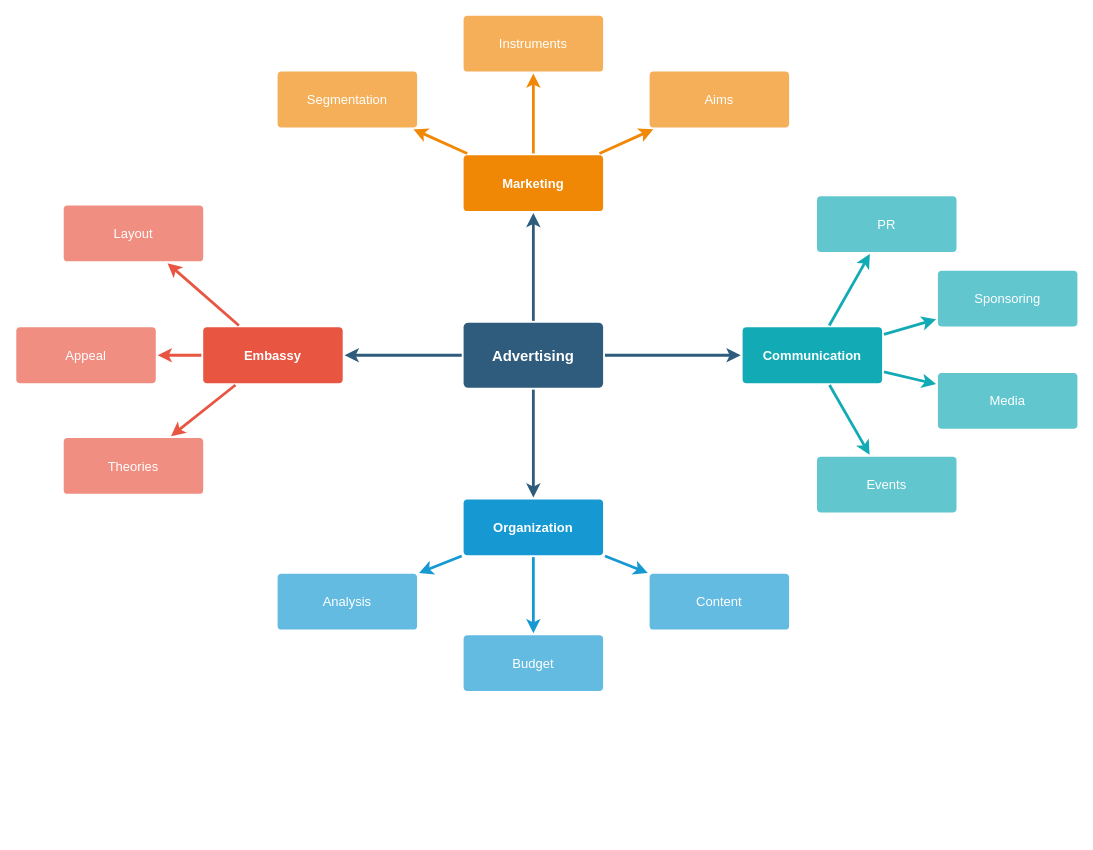
Earlier version of the draw.io diagram Untitled Diagram.drawio (cesar-torrelles/cesar-torrelles). Source tidied: cells renumbered, new cells numbered last; positions are measured from the earlier drawing's top-left corner, leaving out a move shared by most shapes. Both pictures are drawn from the tidied source at 93%, with x=0, y=0 at pixel (16, 15).
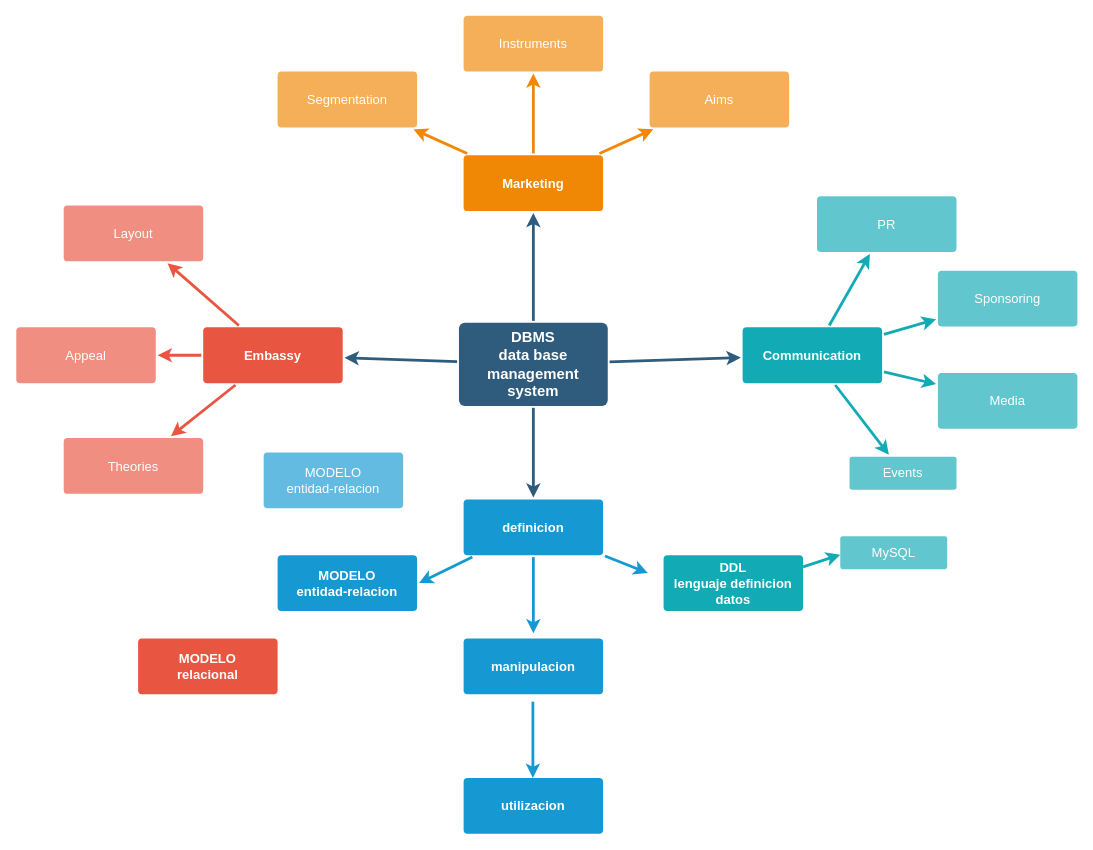
The same diagram, later.

Commit message:
BBSS DIAGRAMA

The edit, as a diff of the source:
```diff
@@
-    <mxCell id="6" value="Advertising" style="rounded=1;whiteSpace=wrap;html=1;shadow=0;labelBackgroundColor=none;strokeColor=none;strokeWidth=3;fillColor=#2F5B7C;fontFamily=Helvetica;fontSize=16;fontColor=#FFFFFF;align=center;fontStyle=1;spacing=5;arcSize=7;perimeterSpacing=2;" parent="1" vertex="1">
-      <mxGeometry x="481" y="330.5" width="150" height="70" as="geometry" />
+    <mxCell id="6" value="DBMS&lt;br&gt;data base management system" style="rounded=1;whiteSpace=wrap;html=1;shadow=0;labelBackgroundColor=none;strokeColor=none;strokeWidth=3;fillColor=#2F5B7C;fontFamily=Helvetica;fontSize=16;fontColor=#FFFFFF;align=center;fontStyle=1;spacing=5;arcSize=7;perimeterSpacing=2;" parent="1" vertex="1">
+      <mxGeometry x="476" y="330.5" width="160" height="89.5" as="geometry" />
     </mxCell>
@@
-    <mxCell id="14" style="edgeStyle=none;rounded=0;jumpStyle=none;html=1;shadow=0;labelBackgroundColor=none;startArrow=none;startFill=0;endArrow=classic;endFill=1;jettySize=auto;strokeColor=#1699D3;strokeWidth=3;fontFamily=Helvetica;fontSize=14;fontColor=#FFFFFF;spacing=5;" parent="1" edge="1" source="17" target="20">
+    <mxCell id="14" style="edgeStyle=none;rounded=0;jumpStyle=none;html=1;shadow=0;labelBackgroundColor=none;startArrow=none;startFill=0;endArrow=classic;endFill=1;jettySize=auto;strokeColor=#1699D3;strokeWidth=3;fontFamily=Helvetica;fontSize=14;fontColor=#FFFFFF;spacing=5;entryX=1;entryY=0.5;entryDx=0;entryDy=0;" parent="1" edge="1" source="17" target="43">
       <mxGeometry relative="1" as="geometry" />
     </mxCell>
-    <mxCell id="15" style="edgeStyle=none;rounded=0;jumpStyle=none;html=1;shadow=0;labelBackgroundColor=none;startArrow=none;startFill=0;endArrow=classic;endFill=1;jettySize=auto;strokeColor=#1699D3;strokeWidth=3;fontFamily=Helvetica;fontSize=14;fontColor=#FFFFFF;spacing=5;" parent="1" edge="1" source="17" target="19">
-      <mxGeometry relative="1" as="geometry" />
+    <mxCell id="15" style="edgeStyle=none;rounded=0;jumpStyle=none;html=1;shadow=0;labelBackgroundColor=none;startArrow=none;startFill=0;endArrow=classic;endFill=1;jettySize=auto;strokeColor=#1699D3;strokeWidth=3;fontFamily=Helvetica;fontSize=14;fontColor=#FFFFFF;spacing=5;" parent="1" edge="1" source="17">
+      <mxGeometry relative="1" as="geometry">
+        <mxPoint x="556" y="664.5" as="targetPoint" />
+      </mxGeometry>
     </mxCell>
-    <mxCell id="16" style="edgeStyle=none;rounded=0;jumpStyle=none;html=1;shadow=0;labelBackgroundColor=none;startArrow=none;startFill=0;endArrow=classic;endFill=1;jettySize=auto;strokeColor=#1699D3;strokeWidth=3;fontFamily=Helvetica;fontSize=14;fontColor=#FFFFFF;spacing=5;" parent="1" edge="1" source="17" target="18">
-      <mxGeometry relative="1" as="geometry" />
+    <mxCell id="16" style="edgeStyle=none;rounded=0;jumpStyle=none;html=1;shadow=0;labelBackgroundColor=none;startArrow=none;startFill=0;endArrow=classic;endFill=1;jettySize=auto;strokeColor=#1699D3;strokeWidth=3;fontFamily=Helvetica;fontSize=14;fontColor=#FFFFFF;spacing=5;" parent="1" edge="1" source="17">
+      <mxGeometry relative="1" as="geometry">
+        <mxPoint x="679" y="599.7" as="targetPoint" />
+      </mxGeometry>
     </mxCell>
-    <mxCell id="17" value="Organization" style="rounded=1;whiteSpace=wrap;html=1;shadow=0;labelBackgroundColor=none;strokeColor=none;strokeWidth=3;fillColor=#1699d3;fontFamily=Helvetica;fontSize=14;fontColor=#FFFFFF;align=center;spacing=5;fontStyle=1;arcSize=7;perimeterSpacing=2;" parent="1" vertex="1">
+    <mxCell id="17" value="definicion" style="rounded=1;whiteSpace=wrap;html=1;shadow=0;labelBackgroundColor=none;strokeColor=none;strokeWidth=3;fillColor=#1699d3;fontFamily=Helvetica;fontSize=14;fontColor=#FFFFFF;align=center;spacing=5;fontStyle=1;arcSize=7;perimeterSpacing=2;" parent="1" vertex="1">
       <mxGeometry x="481" y="520.5" width="150" height="60" as="geometry" />
     </mxCell>
-    <mxCell id="18" value="Content" style="rounded=1;whiteSpace=wrap;html=1;shadow=0;labelBackgroundColor=none;strokeColor=none;strokeWidth=3;fillColor=#64bbe2;fontFamily=Helvetica;fontSize=14;fontColor=#FFFFFF;align=center;spacing=5;arcSize=7;perimeterSpacing=2;" parent="1" vertex="1">
-      <mxGeometry x="681" y="600.5" width="150" height="60" as="geometry" />
-    </mxCell>
-    <mxCell id="19" value="Budget" style="rounded=1;whiteSpace=wrap;html=1;shadow=0;labelBackgroundColor=none;strokeColor=none;strokeWidth=3;fillColor=#64bbe2;fontFamily=Helvetica;fontSize=14;fontColor=#FFFFFF;align=center;spacing=5;arcSize=7;perimeterSpacing=2;" parent="1" vertex="1">
-      <mxGeometry x="481" y="666.5" width="150" height="60" as="geometry" />
-    </mxCell>
-    <mxCell id="20" value="Analysis" style="rounded=1;whiteSpace=wrap;html=1;shadow=0;labelBackgroundColor=none;strokeColor=none;strokeWidth=3;fillColor=#64bbe2;fontFamily=Helvetica;fontSize=14;fontColor=#FFFFFF;align=center;spacing=5;arcSize=7;perimeterSpacing=2;" parent="1" vertex="1">
-      <mxGeometry x="281" y="600.5" width="150" height="60" as="geometry" />
+    <mxCell id="20" value="MODELO&lt;br&gt;entidad-relacion" style="rounded=1;whiteSpace=wrap;html=1;shadow=0;labelBackgroundColor=none;strokeColor=none;strokeWidth=3;fillColor=#64bbe2;fontFamily=Helvetica;fontSize=14;fontColor=#FFFFFF;align=center;spacing=5;arcSize=7;perimeterSpacing=2;" parent="1" vertex="1">
+      <mxGeometry x="266" y="470" width="150" height="60" as="geometry" />
     </mxCell>
@@
     <mxCell id="29" value="Events" style="rounded=1;whiteSpace=wrap;html=1;shadow=0;labelBackgroundColor=none;strokeColor=none;strokeWidth=3;fillColor=#61c6ce;fontFamily=Helvetica;fontSize=14;fontColor=#FFFFFF;align=center;spacing=5;fontStyle=0;arcSize=7;perimeterSpacing=2;" parent="1" vertex="1">
-      <mxGeometry x="861" y="474.5" width="150" height="60" as="geometry" />
+      <mxGeometry x="896" y="474.5" width="115" height="35.5" as="geometry" />
     </mxCell>
@@
+    <mxCell id="37" value="manipulacion" style="rounded=1;whiteSpace=wrap;html=1;shadow=0;labelBackgroundColor=none;strokeColor=none;strokeWidth=3;fillColor=#1699d3;fontFamily=Helvetica;fontSize=14;fontColor=#FFFFFF;align=center;spacing=5;fontStyle=1;arcSize=7;perimeterSpacing=2;" parent="1" vertex="1">
+      <mxGeometry x="481" y="670" width="150" height="60" as="geometry" />
+    </mxCell>
+    <mxCell id="38" value="utilizacion" style="rounded=1;whiteSpace=wrap;html=1;shadow=0;labelBackgroundColor=none;strokeColor=none;strokeWidth=3;fillColor=#1699d3;fontFamily=Helvetica;fontSize=14;fontColor=#FFFFFF;align=center;spacing=5;fontStyle=1;arcSize=7;perimeterSpacing=2;" parent="1" vertex="1">
+      <mxGeometry x="481" y="820" width="150" height="60" as="geometry" />
+    </mxCell>
+    <mxCell id="39" value="DDL&lt;br&gt;lenguaje definicion datos" style="rounded=1;whiteSpace=wrap;html=1;shadow=0;labelBackgroundColor=none;strokeColor=none;strokeWidth=3;fillColor=#12aab5;fontFamily=Helvetica;fontSize=14;fontColor=#FFFFFF;align=center;spacing=5;fontStyle=1;arcSize=7;perimeterSpacing=2;" parent="1" vertex="1">
+      <mxGeometry x="696" y="580.5" width="150" height="60" as="geometry" />
+    </mxCell>
+    <mxCell id="40" style="edgeStyle=none;rounded=0;jumpStyle=none;html=1;shadow=0;labelBackgroundColor=none;startArrow=none;startFill=0;endArrow=classic;endFill=1;jettySize=auto;orthogonalLoop=1;strokeColor=#1699D3;strokeWidth=3;fontFamily=Helvetica;fontSize=14;fontColor=#FFFFFF;spacing=5;" parent="1" edge="1">
+      <mxGeometry relative="1" as="geometry">
+        <mxPoint x="555.5" y="738" as="sourcePoint" />
+        <mxPoint x="555.5" y="820" as="targetPoint" />
+      </mxGeometry>
+    </mxCell>
+    <mxCell id="41" value="MySQL" style="rounded=1;whiteSpace=wrap;html=1;shadow=0;labelBackgroundColor=none;strokeColor=none;strokeWidth=3;fillColor=#61c6ce;fontFamily=Helvetica;fontSize=14;fontColor=#FFFFFF;align=center;spacing=5;fontStyle=0;arcSize=7;perimeterSpacing=2;" parent="1" vertex="1">
+      <mxGeometry x="886" y="560" width="115" height="35.5" as="geometry" />
+    </mxCell>
+    <mxCell id="42" style="edgeStyle=none;rounded=1;jumpStyle=none;html=1;shadow=0;labelBackgroundColor=none;startArrow=none;startFill=0;jettySize=auto;orthogonalLoop=1;strokeColor=#12AAB5;strokeWidth=3;fontFamily=Helvetica;fontSize=14;fontColor=#FFFFFF;spacing=5;fontStyle=1;fillColor=#b0e3e6;" parent="1" edge="1">
+      <mxGeometry relative="1" as="geometry">
+        <mxPoint x="846" y="593" as="sourcePoint" />
+        <mxPoint x="886" y="580" as="targetPoint" />
+      </mxGeometry>
+    </mxCell>
+    <mxCell id="43" value="MODELO&lt;br&gt;entidad-relacion" style="rounded=1;whiteSpace=wrap;html=1;shadow=0;labelBackgroundColor=none;strokeColor=none;strokeWidth=3;fillColor=#1699d3;fontFamily=Helvetica;fontSize=14;fontColor=#FFFFFF;align=center;spacing=5;fontStyle=1;arcSize=7;perimeterSpacing=2;" parent="1" vertex="1">
+      <mxGeometry x="281" y="580.5" width="150" height="60" as="geometry" />
+    </mxCell>
+    <mxCell id="44" value="MODELO&lt;br&gt;relacional" style="rounded=1;whiteSpace=wrap;html=1;shadow=0;labelBackgroundColor=none;strokeColor=none;strokeWidth=3;fillColor=#e85642;fontFamily=Helvetica;fontSize=14;fontColor=#FFFFFF;align=center;spacing=5;fontStyle=1;arcSize=7;perimeterSpacing=2;" parent="1" vertex="1">
+      <mxGeometry x="131" y="670" width="150" height="60" as="geometry" />
+    </mxCell>
```
